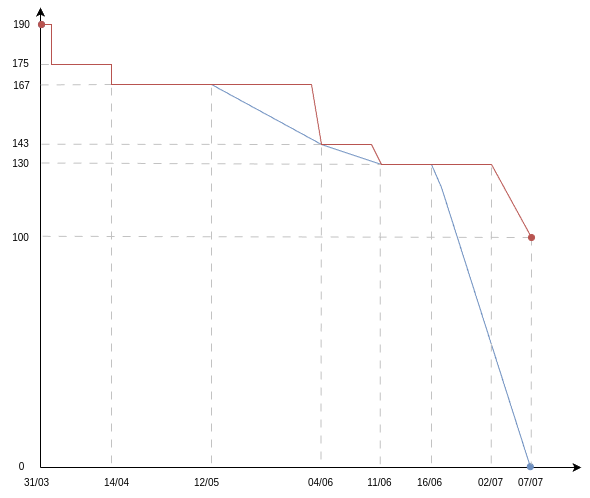
The draw.io diagram docs/assets/burndown.png in FCTE-Qualidade-de-Software-1/2025-1-T01-RUTH-LICHTERMA, before a commit. Source tidied: cells renumbered, new cells last; positions are measured from the earlier drawing's top-left corner, leaving out a move shared by most shapes. Source of this version:
```xml
<mxGraphModel>
  <root>
    <mxCell id="0" />
    <mxCell id="1" parent="0" />
    <mxCell id="2" style="endArrow=classic;html=1;rounded=0;" parent="1" edge="1">
      <mxGeometry relative="1" as="geometry">
        <mxPoint x="40" y="460" as="sourcePoint" />
        <mxPoint x="581" y="460" as="targetPoint" />
      </mxGeometry>
    </mxCell>
    <mxCell id="3" value="31/03" style="text;html=1;align=center;verticalAlign=middle;strokeColor=none;fillColor=none;fontSize=10;" parent="1" vertex="1">
      <mxGeometry x="11" y="460" width="50" height="30" as="geometry" />
    </mxCell>
    <mxCell id="4" style="endArrow=classic;html=1;rounded=0;" parent="1" edge="1">
      <mxGeometry relative="1" as="geometry">
        <mxPoint x="40" y="460" as="sourcePoint" />
        <mxPoint x="40" as="targetPoint" />
      </mxGeometry>
    </mxCell>
    <mxCell id="5" value="190" style="text;html=1;align=center;verticalAlign=middle;strokeColor=none;fillColor=none;fontSize=10;" parent="1" vertex="1">
      <mxGeometry x="1" y="2" width="40" height="30" as="geometry" />
    </mxCell>
    <mxCell id="6" value="175" style="text;html=1;align=center;verticalAlign=middle;points=[];strokeColor=none;fillColor=none;fontSize=10;" parent="1" vertex="1">
      <mxGeometry y="41" width="40" height="30" as="geometry" />
    </mxCell>
    <mxCell id="7" value="14/04" style="text;html=1;align=center;verticalAlign=middle;strokeColor=none;fillColor=none;fontSize=10;" parent="1" vertex="1">
      <mxGeometry x="91" y="460" width="50" height="30" as="geometry" />
    </mxCell>
    <mxCell id="8" value="167" style="text;html=1;align=center;verticalAlign=middle;strokeColor=none;fillColor=none;fontSize=10;" parent="1" vertex="1">
      <mxGeometry x="1" y="63" width="40" height="30" as="geometry" />
    </mxCell>
    <mxCell id="9" value="04/06" style="text;html=1;align=center;verticalAlign=middle;points=[];strokeColor=none;fillColor=none;fontSize=10;" parent="1" vertex="1">
      <mxGeometry x="295" y="460" width="50" height="30" as="geometry" />
    </mxCell>
    <mxCell id="10" value="143" style="text;html=1;align=center;verticalAlign=middle;points=[];strokeColor=none;fillColor=none;fontSize=10;" parent="1" vertex="1">
      <mxGeometry y="121" width="40" height="30" as="geometry" />
    </mxCell>
    <mxCell id="11" value="11/06" style="text;html=1;align=center;verticalAlign=middle;strokeColor=none;fillColor=none;fontSize=10;" parent="1" vertex="1">
      <mxGeometry x="354" y="460" width="50" height="30" as="geometry" />
    </mxCell>
    <mxCell id="12" value="130" style="text;html=1;align=center;verticalAlign=middle;strokeColor=none;fillColor=none;fontSize=10;" parent="1" vertex="1">
      <mxGeometry y="141" width="40" height="30" as="geometry" />
    </mxCell>
    <mxCell id="13" value="02/07" style="text;html=1;align=center;verticalAlign=middle;points=[];strokeColor=none;fillColor=none;fontSize=10;" parent="1" vertex="1">
      <mxGeometry x="465" y="460" width="50" height="30" as="geometry" />
    </mxCell>
    <mxCell id="14" value="100" style="text;html=1;align=center;verticalAlign=middle;points=[];strokeColor=none;fillColor=none;fontSize=10;" parent="1" vertex="1">
      <mxGeometry y="215" width="40" height="30" as="geometry" />
    </mxCell>
    <mxCell id="15" value="07/07" style="text;html=1;align=center;verticalAlign=middle;points=[];strokeColor=none;fillColor=none;fontSize=10;" parent="1" vertex="1">
      <mxGeometry x="505" y="460" width="50" height="30" as="geometry" />
    </mxCell>
    <mxCell id="16" value="12/05" style="text;html=1;align=center;verticalAlign=middle;points=[];strokeColor=none;fillColor=none;fontSize=10;" parent="1" vertex="1">
      <mxGeometry x="181" y="460" width="50" height="30" as="geometry" />
    </mxCell>
    <mxCell id="17" style="endArrow=oval;html=1;rounded=0;fillColor=#dae8fc;strokeColor=#6c8ebf;entryX=0.496;entryY=-0.027;entryDx=0;entryDy=0;entryPerimeter=0;endFill=1;startArrow=oval;startFill=1;" parent="1" edge="1" target="15">
      <mxGeometry relative="1" as="geometry">
        <mxPoint x="41" y="17" as="sourcePoint" />
        <Array as="points">
          <mxPoint x="51" y="17" />
          <mxPoint x="51" y="57" />
          <mxPoint x="111" y="57" />
          <mxPoint x="111" y="77" />
          <mxPoint x="211" y="77" />
          <mxPoint x="321" y="137" />
          <mxPoint x="381" y="157" />
          <mxPoint x="431" y="157" />
          <mxPoint x="441" y="180" />
        </Array>
      </mxGeometry>
    </mxCell>
    <mxCell id="18" value="16/06" style="text;html=1;align=center;verticalAlign=middle;strokeColor=none;fillColor=none;fontSize=10;" parent="1" vertex="1">
      <mxGeometry x="404" y="460" width="50" height="30" as="geometry" />
    </mxCell>
    <mxCell id="19" style="endArrow=none;dashed=1;html=1;rounded=0;exitX=1.053;exitY=0.46;exitDx=0;exitDy=0;exitPerimeter=0;fillColor=#f5f5f5;strokeColor=#C2C2C2;strokeWidth=1;dashPattern=8 8;" parent="1" edge="1" source="14">
      <mxGeometry relative="1" as="geometry">
        <mxPoint x="531" y="230" as="targetPoint" />
      </mxGeometry>
    </mxCell>
    <mxCell id="20" style="endArrow=none;dashed=1;html=1;rounded=0;exitX=1.053;exitY=0.46;exitDx=0;exitDy=0;exitPerimeter=0;fillColor=#f5f5f5;strokeColor=#C2C2C2;strokeWidth=1;dashPattern=8 8;" parent="1" edge="1">
      <mxGeometry relative="1" as="geometry">
        <mxPoint x="41" y="155.5" as="sourcePoint" />
        <mxPoint x="381" y="157" as="targetPoint" />
      </mxGeometry>
    </mxCell>
    <mxCell id="21" style="endArrow=none;dashed=1;html=1;rounded=0;exitX=1.025;exitY=0.525;exitDx=0;exitDy=0;exitPerimeter=0;fillColor=#f5f5f5;strokeColor=#C2C2C2;strokeWidth=1;dashPattern=8 8;" parent="1" edge="1" source="10">
      <mxGeometry relative="1" as="geometry">
        <mxPoint x="321" y="137" as="targetPoint" />
      </mxGeometry>
    </mxCell>
    <mxCell id="22" style="endArrow=none;dashed=1;html=1;rounded=0;exitX=0.978;exitY=0.448;exitDx=0;exitDy=0;exitPerimeter=0;fillColor=#f5f5f5;strokeColor=#C2C2C2;strokeWidth=1;dashPattern=8 8;" parent="1" edge="1">
      <mxGeometry relative="1" as="geometry">
        <mxPoint x="40.1" y="77.4" as="sourcePoint" />
        <mxPoint x="111" y="77" as="targetPoint" />
      </mxGeometry>
    </mxCell>
    <mxCell id="23" style="endArrow=none;dashed=1;html=1;rounded=0;exitX=1.01;exitY=0.533;exitDx=0;exitDy=0;exitPerimeter=0;fillColor=#f5f5f5;strokeColor=#C2C2C2;strokeWidth=1;dashPattern=8 8;" parent="1" edge="1" source="6">
      <mxGeometry relative="1" as="geometry">
        <mxPoint x="51" y="57" as="targetPoint" />
      </mxGeometry>
    </mxCell>
    <mxCell id="24" style="endArrow=none;dashed=1;html=1;rounded=0;fillColor=#f5f5f5;strokeColor=#C2C2C2;strokeWidth=1;dashPattern=8 8;entryX=0.514;entryY=-0.1;entryDx=0;entryDy=0;entryPerimeter=0;" parent="1" edge="1" target="15">
      <mxGeometry relative="1" as="geometry">
        <mxPoint x="531" y="230" as="sourcePoint" />
      </mxGeometry>
    </mxCell>
    <mxCell id="25" style="endArrow=oval;html=1;rounded=0;fillColor=#f8cecc;strokeColor=#b85450;endFill=1;startArrow=oval;startFill=1;" parent="1" edge="1">
      <mxGeometry relative="1" as="geometry">
        <mxPoint x="41" y="17" as="sourcePoint" />
        <mxPoint x="531" y="230" as="targetPoint" />
        <Array as="points">
          <mxPoint x="51" y="17" />
          <mxPoint x="51" y="57" />
          <mxPoint x="111" y="57" />
          <mxPoint x="111" y="77" />
          <mxPoint x="311" y="77" />
          <mxPoint x="321" y="137" />
          <mxPoint x="371" y="137" />
          <mxPoint x="381" y="157" />
          <mxPoint x="491" y="157" />
        </Array>
      </mxGeometry>
    </mxCell>
    <mxCell id="26" style="endArrow=none;dashed=1;html=1;rounded=0;fillColor=#f5f5f5;strokeColor=#C2C2C2;strokeWidth=1;dashPattern=8 8;entryX=0.514;entryY=-0.043;entryDx=0;entryDy=0;entryPerimeter=0;" parent="1" edge="1" target="13">
      <mxGeometry relative="1" as="geometry">
        <mxPoint x="491" y="160" as="sourcePoint" />
      </mxGeometry>
    </mxCell>
    <mxCell id="27" style="endArrow=none;dashed=1;html=1;rounded=0;fillColor=#f5f5f5;strokeColor=#C2C2C2;strokeWidth=1;dashPattern=8 8;entryX=0.514;entryY=-0.043;entryDx=0;entryDy=0;entryPerimeter=0;" parent="1" edge="1">
      <mxGeometry relative="1" as="geometry">
        <mxPoint x="431" y="160" as="sourcePoint" />
        <mxPoint x="431" y="459" as="targetPoint" />
      </mxGeometry>
    </mxCell>
    <mxCell id="28" style="endArrow=none;dashed=1;html=1;rounded=0;fillColor=#f5f5f5;strokeColor=#C2C2C2;strokeWidth=1;dashPattern=8 8;entryX=0.514;entryY=-0.043;entryDx=0;entryDy=0;entryPerimeter=0;" parent="1" edge="1">
      <mxGeometry relative="1" as="geometry">
        <mxPoint x="379.7" y="161" as="sourcePoint" />
        <mxPoint x="379.7" y="460" as="targetPoint" />
      </mxGeometry>
    </mxCell>
    <mxCell id="29" style="endArrow=none;dashed=1;html=1;rounded=0;fillColor=#f5f5f5;strokeColor=#C2C2C2;strokeWidth=1;dashPattern=8 8;entryX=0.509;entryY=-0.043;entryDx=0;entryDy=0;entryPerimeter=0;" parent="1" edge="1" target="9">
      <mxGeometry relative="1" as="geometry">
        <mxPoint x="321" y="140" as="sourcePoint" />
      </mxGeometry>
    </mxCell>
    <mxCell id="30" style="endArrow=none;dashed=1;html=1;rounded=0;fillColor=#f5f5f5;strokeColor=#C2C2C2;strokeWidth=1;dashPattern=8 8;entryX=0.6;entryY=0;entryDx=0;entryDy=0;entryPerimeter=0;" parent="1" edge="1" target="16">
      <mxGeometry relative="1" as="geometry">
        <mxPoint x="211" y="80" as="sourcePoint" />
      </mxGeometry>
    </mxCell>
    <mxCell id="31" style="endArrow=none;dashed=1;html=1;rounded=0;fillColor=#f5f5f5;strokeColor=#C2C2C2;strokeWidth=1;dashPattern=8 8;entryX=0.6;entryY=0;entryDx=0;entryDy=0;entryPerimeter=0;" parent="1" edge="1">
      <mxGeometry relative="1" as="geometry">
        <mxPoint x="111" y="80" as="sourcePoint" />
        <mxPoint x="111" y="460" as="targetPoint" />
      </mxGeometry>
    </mxCell>
    <mxCell id="32" value="0" style="text;html=1;align=center;verticalAlign=middle;strokeColor=none;fillColor=none;fontSize=10;" parent="1" vertex="1">
      <mxGeometry x="6" y="444" width="30" height="30" as="geometry" />
    </mxCell>
  </root>
</mxGraphModel>
```
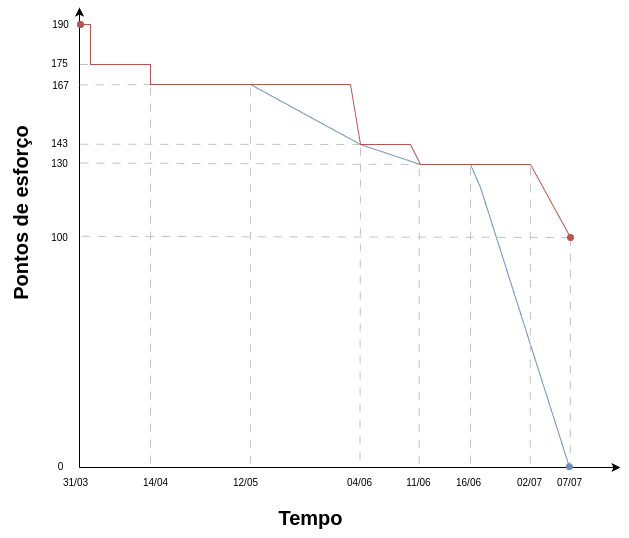
Above is the later version.

The edit, as a diff of the source:
```diff
@@ -157,5 +157,11 @@
     <mxCell id="32" value="0" style="text;html=1;align=center;verticalAlign=middle;strokeColor=none;fillColor=none;fontSize=10;" parent="1" vertex="1">
       <mxGeometry x="6" y="444" width="30" height="30" as="geometry" />
     </mxCell>
+    <mxCell id="33" value="Tempo" style="text;html=1;align=center;verticalAlign=middle;strokeColor=none;fillColor=none;fontSize=20;fontStyle=1;" parent="1" vertex="1">
+      <mxGeometry x="231" y="490" width="80" height="40" as="geometry" />
+    </mxCell>
+    <mxCell id="34" value="Pontos de esforço" style="text;html=1;align=center;verticalAlign=middle;strokeColor=none;fillColor=none;fontSize=20;fontStyle=1;rotation=-90;" parent="1" vertex="1">
+      <mxGeometry x="-109" y="186" width="180" height="40" as="geometry" />
+    </mxCell>
   </root>
 </mxGraphModel>
```
